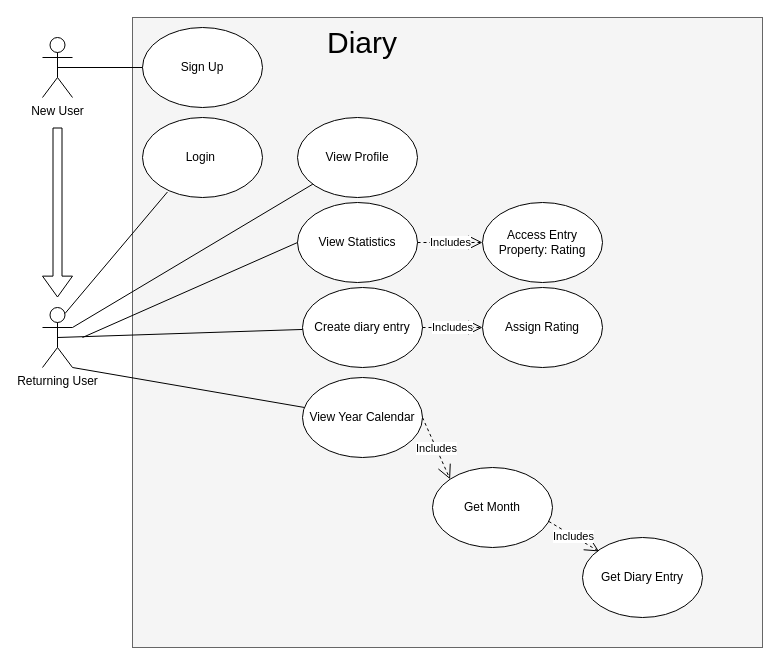
The draw.io diagram myDiary.drawio in myDiarycp/backend, before the edit. Source tidied: cells renumbered, new cells numbered last; positions are measured from the earlier drawing's top-left corner, leaving out a move shared by most shapes. Both pictures are drawn from the tidied source at 100%, with x=0, y=0 at pixel (42, 17).
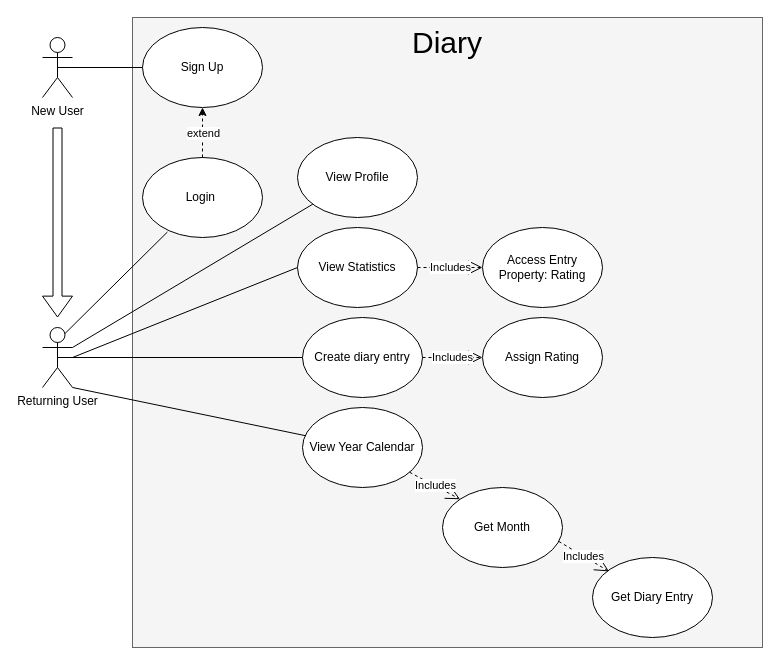
The same diagram, later.

Unchanged cells that the change refers to:
```xml
<mxCell id="9" value="Sign Up" style="ellipse;whiteSpace=wrap;html=1;" parent="1" vertex="1">
  <mxGeometry x="100" y="10" width="120" height="80" as="geometry" />
</mxCell>
```

The edit, as a diff of the source:
```diff
@@
     <mxCell id="3" value="Login&amp;nbsp;" style="ellipse;whiteSpace=wrap;html=1;" parent="1" vertex="1">
-      <mxGeometry x="100" y="100" width="120" height="80" as="geometry" />
+      <mxGeometry x="100" y="140" width="120" height="80" as="geometry" />
     </mxCell>
     <mxCell id="4" value="Returning User" style="shape=umlActor;verticalLabelPosition=bottom;verticalAlign=top;html=1;outlineConnect=0;" parent="1" vertex="1">
-      <mxGeometry y="290" width="30" height="60" as="geometry" />
+      <mxGeometry y="310" width="30" height="60" as="geometry" />
     </mxCell>
     <mxCell id="5" value="Create diary entry" style="ellipse;whiteSpace=wrap;html=1;" parent="1" vertex="1">
-      <mxGeometry x="260" y="270" width="120" height="80" as="geometry" />
+      <mxGeometry x="260" y="300" width="120" height="80" as="geometry" />
     </mxCell>
@@
     <mxCell id="7" value="View Year Calendar" style="ellipse;whiteSpace=wrap;html=1;" parent="1" vertex="1">
-      <mxGeometry x="260" y="360" width="120" height="80" as="geometry" />
+      <mxGeometry x="260" y="390" width="120" height="80" as="geometry" />
     </mxCell>
@@
     <mxCell id="11" value="View Profile" style="ellipse;whiteSpace=wrap;html=1;" parent="1" vertex="1">
-      <mxGeometry x="255" y="100" width="120" height="80" as="geometry" />
+      <mxGeometry x="255" y="120" width="120" height="80" as="geometry" />
     </mxCell>
@@
     <mxCell id="14" value="View Statistics" style="ellipse;whiteSpace=wrap;html=1;" parent="1" vertex="1">
-      <mxGeometry x="255" y="185" width="120" height="80" as="geometry" />
+      <mxGeometry x="255" y="210" width="120" height="80" as="geometry" />
     </mxCell>
     <mxCell id="15" value="&lt;font style=&quot;font-size: 30px;&quot;&gt;Diary&lt;/font&gt;" style="text;html=1;strokeColor=none;fillColor=none;align=center;verticalAlign=middle;whiteSpace=wrap;rounded=0;" parent="1" vertex="1">
-      <mxGeometry x="290" y="10" width="60" height="30" as="geometry" />
+      <mxGeometry x="375" y="10" width="60" height="30" as="geometry" />
     </mxCell>
@@
     <mxCell id="17" style="shape=flexArrow;endArrow=classic;html=1;rounded=0;fontSize=30;width=9;endSize=6.62;" parent="1" edge="1">
       <mxGeometry relative="1" as="geometry">
         <mxPoint x="15" y="110" as="sourcePoint" />
-        <mxPoint x="15" y="280" as="targetPoint" />
+        <mxPoint x="15" y="300" as="targetPoint" />
       </mxGeometry>
     </mxCell>
     <mxCell id="18" value="Get Month" style="ellipse;whiteSpace=wrap;html=1;" parent="1" vertex="1">
-      <mxGeometry x="390" y="450" width="120" height="80" as="geometry" />
+      <mxGeometry x="400" y="470" width="120" height="80" as="geometry" />
     </mxCell>
     <mxCell id="19" value="Get Diary Entry" style="ellipse;whiteSpace=wrap;html=1;" parent="1" vertex="1">
-      <mxGeometry x="540" y="520" width="120" height="80" as="geometry" />
+      <mxGeometry x="550" y="540" width="120" height="80" as="geometry" />
     </mxCell>
@@
-    <mxCell id="21" value="Includes" style="endArrow=open;endSize=12;dashed=1;html=1;rounded=0;exitX=1;exitY=0.5;exitDx=0;exitDy=0;entryX=0;entryY=0;entryDx=0;entryDy=0;" parent="1" edge="1" source="7" target="18">
+    <mxCell id="21" value="Includes" style="endArrow=open;endSize=12;dashed=1;html=1;rounded=0;entryX=0;entryY=0;entryDx=0;entryDy=0;" parent="1" edge="1" source="7" target="18">
       <mxGeometry relative="1" as="geometry" />
     </mxCell>
     <mxCell id="22" value="Assign Rating" style="ellipse;whiteSpace=wrap;html=1;" parent="1" vertex="1">
-      <mxGeometry x="440" y="270" width="120" height="80" as="geometry" />
+      <mxGeometry x="440" y="300" width="120" height="80" as="geometry" />
     </mxCell>
@@
     <mxCell id="24" value="Access Entry Property: Rating" style="ellipse;whiteSpace=wrap;html=1;" parent="1" vertex="1">
-      <mxGeometry x="440" y="185" width="120" height="80" as="geometry" />
+      <mxGeometry x="440" y="210" width="120" height="80" as="geometry" />
     </mxCell>
@@
-    <mxCell id="26" style="endArrow=none;html=1;rounded=0;exitX=1;exitY=0.3333333333333333;exitDx=0;exitDy=0;exitPerimeter=0;entryX=0;entryY=0.5;entryDx=0;entryDy=0;" parent="1" edge="1" target="14">
+    <mxCell id="26" style="endArrow=none;html=1;rounded=0;entryX=0;entryY=0.5;entryDx=0;entryDy=0;" parent="1" edge="1" target="14">
       <mxGeometry relative="1" as="geometry">
-        <mxPoint x="40" y="320" as="sourcePoint" />
+        <mxPoint x="30" y="340" as="sourcePoint" />
       </mxGeometry>
     </mxCell>
+    <mxCell id="27" style="endArrow=classic;html=1;rounded=0;dashed=1;exitX=0.5;exitY=0;exitDx=0;exitDy=0;entryX=0.5;entryY=1;entryDx=0;entryDy=0;" parent="1" edge="1" source="3" target="9">
+      <mxGeometry relative="1" as="geometry" />
+    </mxCell>
+    <mxCell id="28" value="extend&lt;br&gt;" style="edgeLabel;html=1;align=center;verticalAlign=middle;" parent="27" vertex="1">
+      <mxGeometry relative="1" as="geometry" />
+    </mxCell>
```
